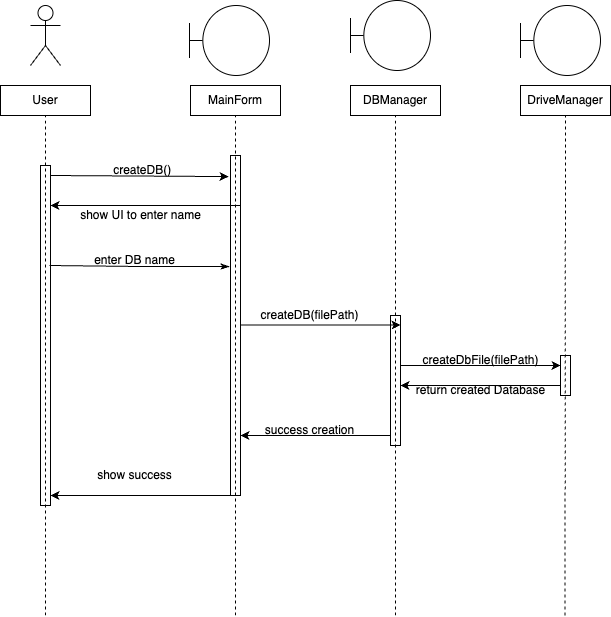
The draw.io diagram UMLDiagrams/взаємодії(додавання самої БД).drawio.png in maksymkhodakov/ITLabs, before a commit. Source tidied: cells renumbered, new cells last; positions are measured from the earlier drawing's top-left corner, leaving out a move shared by most shapes.
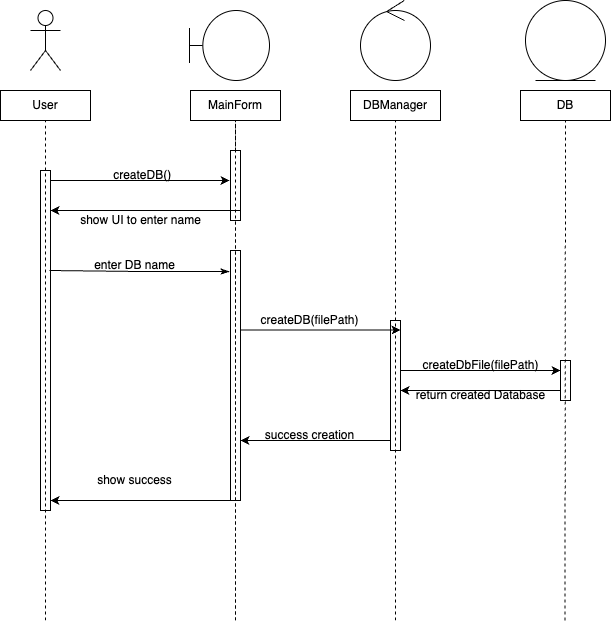
Later version of the same file.

Diff of the diagram source:
```diff
@@ -11,7 +11,7 @@
     <mxCell id="4" value="DBManager" style="rounded=0;whiteSpace=wrap;html=1;" parent="1" vertex="1">
       <mxGeometry x="350" y="85" width="90" height="30" as="geometry" />
     </mxCell>
-    <mxCell id="5" value="DriveManager" style="rounded=0;whiteSpace=wrap;html=1;" parent="1" vertex="1">
+    <mxCell id="5" value="DB" style="rounded=0;whiteSpace=wrap;html=1;" parent="1" vertex="1">
       <mxGeometry x="520" y="85" width="90" height="30" as="geometry" />
     </mxCell>
     <mxCell id="6" style="endArrow=none;dashed=1;html=1;rounded=0;entryX=0.5;entryY=1;entryDx=0;entryDy=0;" parent="1" edge="1" target="2">
@@ -19,10 +19,8 @@
         <mxPoint x="45" y="615" as="sourcePoint" />
       </mxGeometry>
     </mxCell>
-    <mxCell id="7" style="endArrow=none;dashed=1;html=1;rounded=0;entryX=0.5;entryY=1;entryDx=0;entryDy=0;" parent="1" edge="1" target="3">
-      <mxGeometry relative="1" as="geometry">
-        <mxPoint x="235" y="615" as="sourcePoint" />
-      </mxGeometry>
+    <mxCell id="7" style="endArrow=none;dashed=1;html=1;rounded=0;entryX=0.5;entryY=1;entryDx=0;entryDy=0;" parent="1" edge="1" source="38" target="3">
+      <mxGeometry relative="1" as="geometry" />
     </mxCell>
     <mxCell id="8" style="endArrow=none;dashed=1;html=1;rounded=0;entryX=0.5;entryY=1;entryDx=0;entryDy=0;" parent="1" edge="1" target="4">
       <mxGeometry relative="1" as="geometry">
@@ -34,9 +32,10 @@
         <mxPoint x="564.5" y="615" as="sourcePoint" />
       </mxGeometry>
     </mxCell>
-    <mxCell id="10" style="endArrow=classic;html=1;rounded=0;entryX=-0.2;entryY=0.062;entryDx=0;entryDy=0;entryPerimeter=0;" parent="1" edge="1" target="27">
+    <mxCell id="10" style="endArrow=classic;html=1;rounded=0;" parent="1" edge="1">
       <mxGeometry relative="1" as="geometry">
         <mxPoint x="50" y="175" as="sourcePoint" />
+        <mxPoint x="229" y="175" as="targetPoint" />
       </mxGeometry>
     </mxCell>
     <mxCell id="11" value="&amp;nbsp;createDB()" style="text;html=1;align=center;verticalAlign=middle;strokeColor=none;fillColor=none;" parent="1" vertex="1">
@@ -109,7 +108,7 @@
       <mxGeometry x="40" y="165" width="10" height="340" as="geometry" />
     </mxCell>
     <mxCell id="27" style="rounded=0;whiteSpace=wrap;html=1;fillColor=none;" parent="1" vertex="1">
-      <mxGeometry x="230" y="155" width="10" height="340" as="geometry" />
+      <mxGeometry x="230" y="245" width="10" height="250" as="geometry" />
     </mxCell>
     <mxCell id="28" style="endArrow=classicThin;html=1;rounded=0;entryX=0;entryY=0.415;entryDx=0;entryDy=0;entryPerimeter=0;endFill=1;" parent="1" edge="1">
       <mxGeometry relative="1" as="geometry">
@@ -133,11 +132,24 @@
     <mxCell id="32" style="shape=umlBoundary;whiteSpace=wrap;html=1;fontSize=9;" parent="1" vertex="1">
       <mxGeometry x="189" y="5" width="80" height="70" as="geometry" />
     </mxCell>
-    <mxCell id="33" style="shape=umlBoundary;whiteSpace=wrap;html=1;fontSize=9;" parent="1" vertex="1">
-      <mxGeometry x="350" width="80" height="70" as="geometry" />
-    </mxCell>
-    <mxCell id="34" style="shape=umlBoundary;whiteSpace=wrap;html=1;fontSize=9;" parent="1" vertex="1">
-      <mxGeometry x="520" y="5" width="80" height="70" as="geometry" />
-    </mxCell>
+    <mxCell id="35" style="ellipse;shape=umlControl;whiteSpace=wrap;html=1;" parent="1" vertex="1">
+      <mxGeometry x="360" y="-5" width="70" height="80" as="geometry" />
+    </mxCell>
+    <mxCell id="36" style="ellipse;shape=umlEntity;whiteSpace=wrap;html=1;" parent="1" vertex="1">
+      <mxGeometry x="525" y="-5" width="80" height="80" as="geometry" />
+    </mxCell>
+    <mxCell id="37" style="endArrow=none;dashed=1;html=1;rounded=0;entryX=0.5;entryY=1;entryDx=0;entryDy=0;" parent="1" edge="1" target="38">
+      <mxGeometry relative="1" as="geometry">
+        <mxPoint x="235" y="615" as="sourcePoint" />
+      </mxGeometry>
+    </mxCell>
+    <mxCell id="38" style="rounded=0;whiteSpace=wrap;html=1;fillColor=none;" parent="1" vertex="1">
+      <mxGeometry x="230" y="145" width="10" height="70" as="geometry" />
+    </mxCell>
+    <mxCell id="39" style="endArrow=none;dashed=1;html=1;rounded=0;entryX=0.5;entryY=1;entryDx=0;entryDy=0;" parent="1" edge="1" target="3">
+      <mxGeometry relative="1" as="geometry">
+        <mxPoint x="235" y="615" as="sourcePoint" />
+      </mxGeometry>
+    </mxCell>
   </root>
 </mxGraphModel>
```
